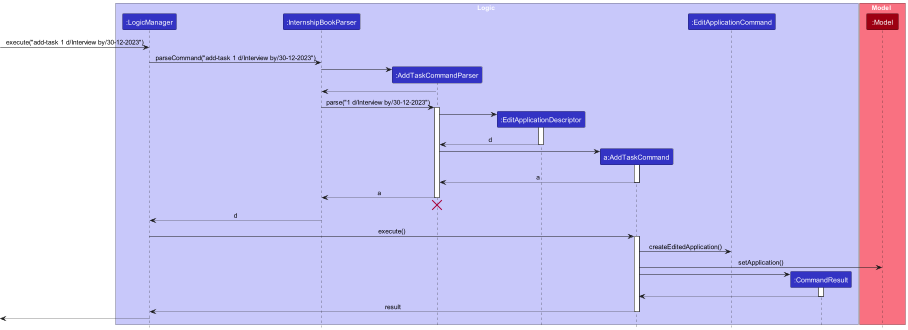
Before: docs/images/AddTaskSequenceDiagram.png, a diagram exported from PlantUML (nus-cs2103-AY2223S2/tp).
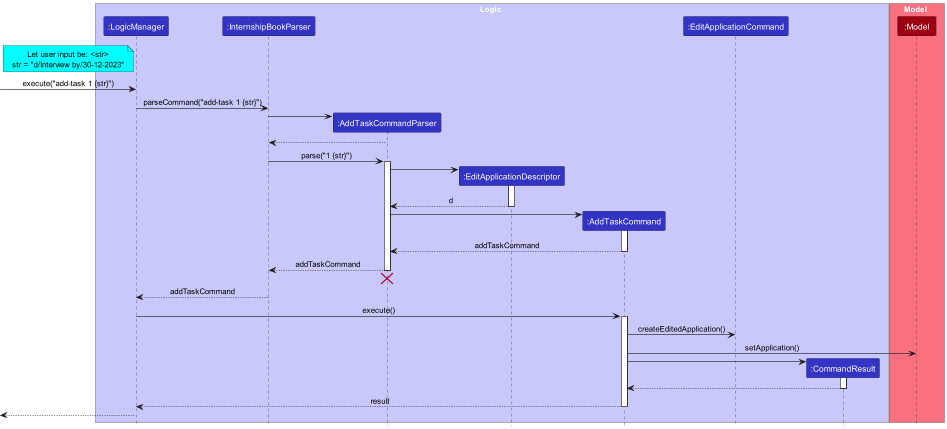
The same file after the commit.

What changed in the source:
```diff
@@ -6,7 +6,7 @@
 participant ":InternshipBookParser" as InternshipBookParser LOGIC_COLOR
 participant ":AddTaskCommandParser" as AddTaskCommandParser LOGIC_COLOR
 participant ":EditApplicationDescriptor" as EditApplicationDescriptor LOGIC_COLOR
-participant "a:AddTaskCommand" as AddTaskCommand LOGIC_COLOR
+participant ":AddTaskCommand" as AddTaskCommand LOGIC_COLOR
 participant ":EditApplicationCommand" as EditApplicationCommand LOGIC_COLOR
 participant ":CommandResult" as CommandResult LOGIC_COLOR
 end box
@@ -15,16 +15,21 @@
 participant ":Model" as Model MODEL_COLOR
 end box
 
-[-> LogicManager : execute("add-task 1 d/Interview by/30-12-2023")
+note left of LogicManager #aqua
+Let user input be: <str>
+str = "d/Interview by/30-12-2023"
+end note
 
-LogicManager -> InternshipBookParser : parseCommand("add-task 1 d/Interview by/30-12-2023")
+[-> LogicManager : execute("add-task 1 {str}")
+
+LogicManager -> InternshipBookParser : parseCommand("add-task 1 {str}")
 
 create AddTaskCommandParser
 InternshipBookParser -> AddTaskCommandParser
 
 AddTaskCommandParser --> InternshipBookParser
 
-InternshipBookParser -> AddTaskCommandParser : parse("1 d/Interview by/30-12-2023")
+InternshipBookParser -> AddTaskCommandParser : parse("1 {str}")
 activate AddTaskCommandParser
 
 create EditApplicationDescriptor
@@ -38,15 +43,15 @@
 AddTaskCommandParser -> AddTaskCommand
 activate AddTaskCommand
 
-AddTaskCommand --> AddTaskCommandParser : a
+AddTaskCommand --> AddTaskCommandParser : addTaskCommand
 deactivate AddTaskCommand
 
-AddTaskCommandParser --> InternshipBookParser : a
+AddTaskCommandParser --> InternshipBookParser : addTaskCommand
 deactivate AddTaskCommandParser
 AddTaskCommandParser -[hidden]-> InternshipBookParser
 destroy AddTaskCommandParser
 
-InternshipBookParser --> LogicManager : d
+InternshipBookParser --> LogicManager : addTaskCommand
 deactivate InternshipBookParser
 
 LogicManager -> AddTaskCommand : execute()
```
